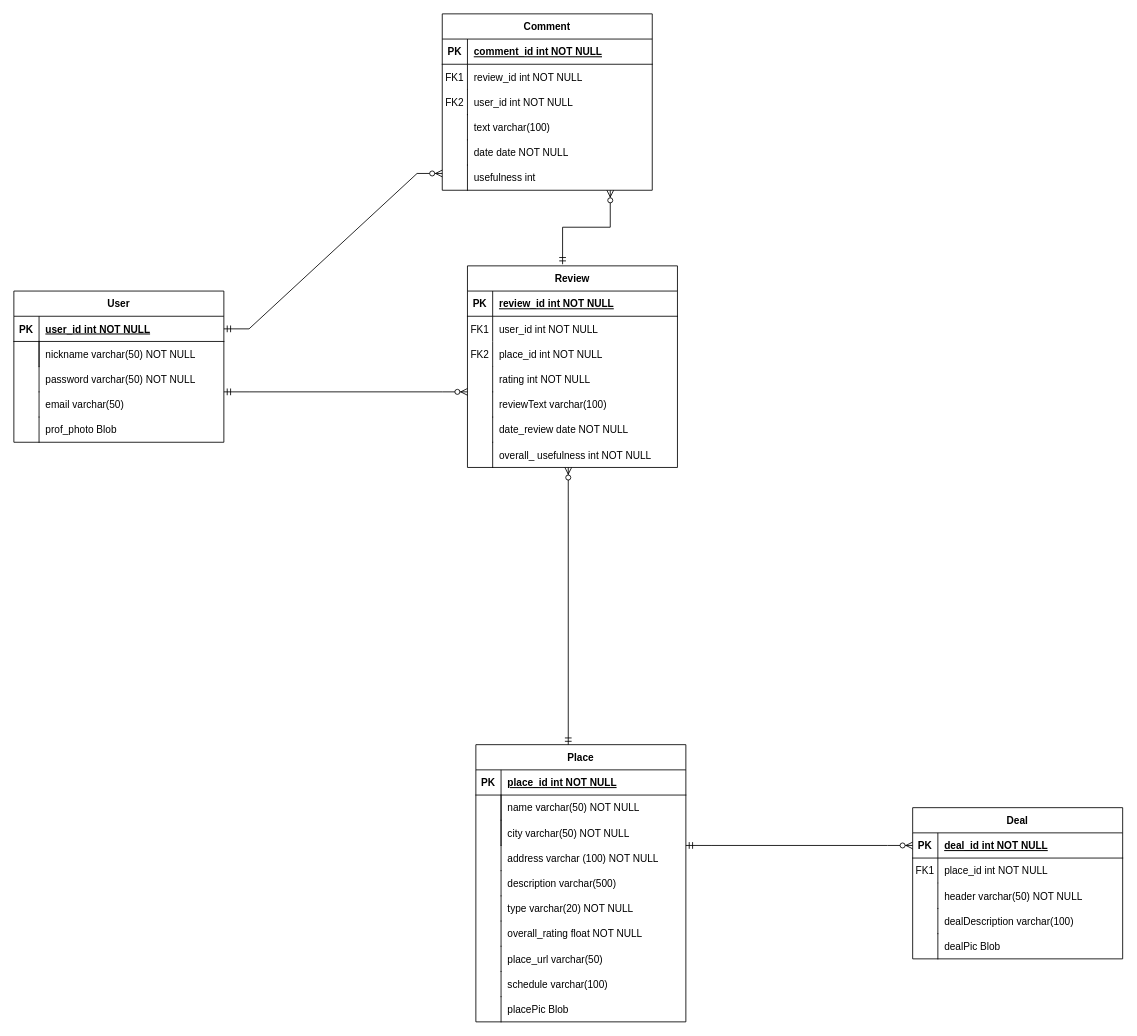
This is Documents/Entidades.drawio from GonzaloLGI/Furry-Advisor, a draw.io file, before an edit. Source tidied: cells renumbered, new cells numbered last; positions are measured from the earlier drawing's top-left corner, leaving out a move shared by most shapes. Both pictures are drawn from the tidied source at 84%, with x=0, y=0 at pixel (13, 13).
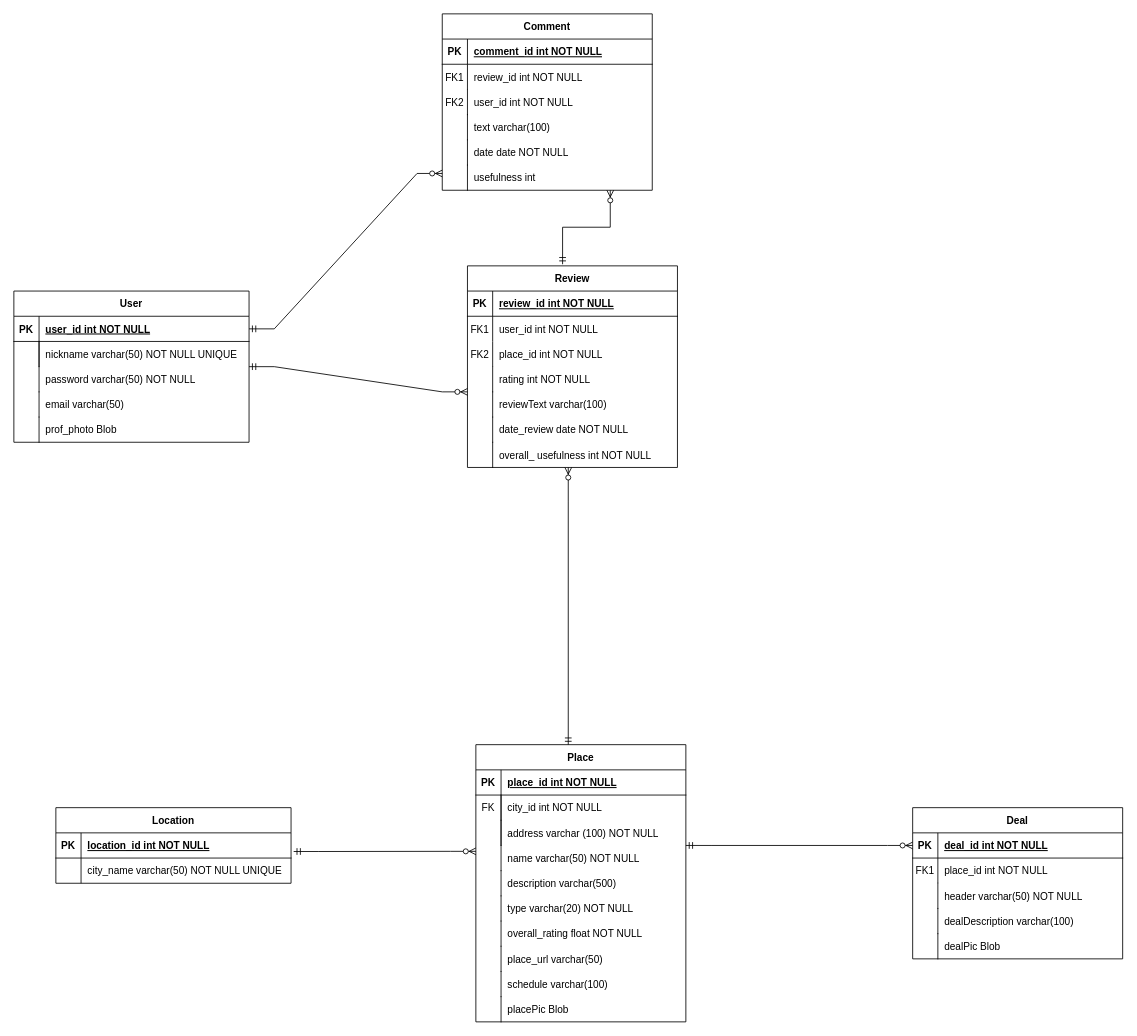
The same diagram, later.

The change refers to these unchanged cells:
```xml
<mxCell id="2" value="Place" style="shape=table;startSize=30;childLayout=tableLayout;rowLines=0;fontStyle=1;align=center;" parent="1" vertex="1">
  <mxGeometry x="550" y="870" width="250" height="330" as="geometry" />
</mxCell>
```

The edit, as a diff of the source:
```diff
@@
+    <mxCell id="9" style="shape=partialRectangle;fillColor=none;top=0;left=0;right=0;bottom=0;" parent="2" vertex="1">
+      <mxGeometry y="60" width="250" height="30" as="geometry" />
+    </mxCell>
+    <mxCell id="10" value="FK" style="shape=partialRectangle;overflow=hidden;fillColor=none;top=0;left=0;bottom=0;right=0;" parent="9" vertex="1">
+      <mxGeometry width="30" height="30" as="geometry" />
+    </mxCell>
+    <mxCell id="11" style="shape=partialRectangle;overflow=hidden;fillColor=none;top=0;left=0;bottom=0;right=0;align=left;spacingLeft=6;" parent="9" vertex="1">
+      <mxGeometry x="30" width="220" height="30" as="geometry" />
+    </mxCell>
     <mxCell id="6" style="shape=partialRectangle;fillColor=none;top=0;left=0;right=0;bottom=0;" parent="2" vertex="1">
-      <mxGeometry y="60" width="250" height="30" as="geometry" />
+      <mxGeometry y="90" width="250" height="30" as="geometry" />
     </mxCell>
@@
-    <mxCell id="9" style="shape=partialRectangle;fillColor=none;top=0;left=0;right=0;bottom=0;" parent="2" vertex="1">
-      <mxGeometry y="90" width="250" height="30" as="geometry" />
-    </mxCell>
-    <mxCell id="10" style="shape=partialRectangle;overflow=hidden;fillColor=none;top=0;left=0;bottom=0;right=0;" parent="9" vertex="1">
-      <mxGeometry width="30" height="30" as="geometry" />
-    </mxCell>
-    <mxCell id="11" style="shape=partialRectangle;overflow=hidden;fillColor=none;top=0;left=0;bottom=0;right=0;align=left;spacingLeft=6;" parent="9" vertex="1">
-      <mxGeometry x="30" width="220" height="30" as="geometry" />
-    </mxCell>
@@
     <mxCell id="22" value="User" style="shape=table;startSize=30;childLayout=tableLayout;rowLines=0;fontStyle=1;align=center;" parent="1" vertex="1">
-      <mxGeometry y="330" width="250" height="180" as="geometry" />
+      <mxGeometry y="330" width="280" height="180" as="geometry" />
     </mxCell>
     <mxCell id="23" style="shape=partialRectangle;fillColor=none;points=[[0,0.5],[1,0.5]];portConstraint=eastwest;top=0;left=0;right=0;bottom=1;" parent="22" vertex="1">
-      <mxGeometry y="30" width="250" height="30" as="geometry" />
+      <mxGeometry y="30" width="280" height="30" as="geometry" />
     </mxCell>
@@
     <mxCell id="25" value="user_id int NOT NULL" style="shape=partialRectangle;overflow=hidden;fillColor=none;top=0;left=0;bottom=0;right=0;align=left;spacingLeft=6;fontStyle=5;" parent="23" vertex="1">
-      <mxGeometry x="30" width="220" height="30" as="geometry" />
+      <mxGeometry x="30" width="250" height="30" as="geometry" />
     </mxCell>
     <mxCell id="26" style="shape=partialRectangle;fillColor=none;top=0;left=0;right=0;bottom=0;" parent="22" vertex="1">
-      <mxGeometry y="60" width="250" height="30" as="geometry" />
+      <mxGeometry y="60" width="280" height="30" as="geometry" />
     </mxCell>
@@
     <mxCell id="28" style="shape=partialRectangle;overflow=hidden;fillColor=none;top=0;left=0;bottom=0;right=0;align=left;spacingLeft=6;" parent="26" vertex="1">
-      <mxGeometry x="30" width="220" height="30" as="geometry" />
+      <mxGeometry x="30" width="250" height="30" as="geometry" />
     </mxCell>
@@
-    <mxCell id="30" value="nickname varchar(50) NOT NULL" style="shape=partialRectangle;overflow=hidden;fillColor=none;top=0;left=1;bottom=0;right=0;align=left;spacingLeft=6;strokeColor=#000000;" parent="1" vertex="1">
-      <mxGeometry x="30" y="390" width="220" height="30" as="geometry" />
+    <mxCell id="30" value="nickname varchar(50) NOT NULL UNIQUE" style="shape=partialRectangle;overflow=hidden;fillColor=none;top=0;left=1;bottom=0;right=0;align=left;spacingLeft=6;strokeColor=#000000;" parent="1" vertex="1">
+      <mxGeometry x="30" y="390" width="250" height="30" as="geometry" />
     </mxCell>
@@
     <mxCell id="36" value="name varchar(50) NOT NULL" style="shape=partialRectangle;overflow=hidden;fillColor=none;top=0;left=1;bottom=0;right=0;align=left;spacingLeft=6;" parent="1" vertex="1">
-      <mxGeometry x="580" y="930" width="220" height="30" as="geometry" />
+      <mxGeometry x="580" y="990" width="220" height="30" as="geometry" />
     </mxCell>
     <mxCell id="37" value="address varchar (100) NOT NULL" style="shape=partialRectangle;overflow=hidden;fillColor=none;top=0;left=1;bottom=0;right=0;align=left;spacingLeft=6;" parent="1" vertex="1">
-      <mxGeometry x="580" y="990" width="220" height="30" as="geometry" />
+      <mxGeometry x="580" y="960" width="220" height="30" as="geometry" />
     </mxCell>
@@
-    <mxCell id="67" style="edgeStyle=entityRelationEdgeStyle;fontSize=12;html=1;endArrow=ERzeroToMany;startArrow=ERmandOne;rounded=0;" parent="1" edge="1">
+    <mxCell id="67" style="edgeStyle=entityRelationEdgeStyle;fontSize=12;html=1;endArrow=ERzeroToMany;startArrow=ERmandOne;rounded=0;exitX=1;exitY=0.5;exitDx=0;exitDy=0;" parent="1" edge="1" source="22">
       <mxGeometry relative="1" as="geometry">
-        <mxPoint x="250" y="450" as="sourcePoint" />
         <mxPoint x="540" y="450" as="targetPoint" />
       </mxGeometry>
     </mxCell>
@@
-    <mxCell id="72" value="city varchar(50) NOT NULL" style="shape=partialRectangle;overflow=hidden;fillColor=none;top=0;left=1;bottom=0;right=0;align=left;spacingLeft=6;" parent="1" vertex="1">
-      <mxGeometry x="580" y="960" width="220" height="30" as="geometry" />
+    <mxCell id="72" value="city_id int NOT NULL" style="shape=partialRectangle;overflow=hidden;fillColor=none;top=0;left=1;bottom=0;right=0;align=left;spacingLeft=6;" parent="1" vertex="1">
+      <mxGeometry x="580" y="930" width="220" height="30" as="geometry" />
     </mxCell>
@@
+    <mxCell id="74" value="Location" style="shape=table;startSize=30;childLayout=tableLayout;rowLines=0;fontStyle=1;align=center;" parent="1" vertex="1">
+      <mxGeometry x="50" y="945" width="280" height="90" as="geometry" />
+    </mxCell>
+    <mxCell id="75" style="shape=partialRectangle;fillColor=none;points=[[0,0.5],[1,0.5]];portConstraint=eastwest;top=0;left=0;right=0;bottom=1;" parent="74" vertex="1">
+      <mxGeometry y="30" width="280" height="30" as="geometry" />
+    </mxCell>
+    <mxCell id="76" value="PK" style="shape=partialRectangle;overflow=hidden;fillColor=none;top=0;left=0;bottom=0;right=0;fontStyle=1;" parent="75" vertex="1">
+      <mxGeometry width="30" height="30" as="geometry" />
+    </mxCell>
+    <mxCell id="77" value="location_id int NOT NULL" style="shape=partialRectangle;overflow=hidden;fillColor=none;top=0;left=0;bottom=0;right=0;align=left;spacingLeft=6;fontStyle=5;" parent="75" vertex="1">
+      <mxGeometry x="30" width="250" height="30" as="geometry" />
+    </mxCell>
+    <mxCell id="78" style="shape=partialRectangle;fillColor=none;top=0;left=0;right=0;bottom=0;" parent="74" vertex="1">
+      <mxGeometry y="60" width="280" height="30" as="geometry" />
+    </mxCell>
+    <mxCell id="79" style="shape=partialRectangle;overflow=hidden;fillColor=none;top=0;left=0;bottom=0;right=0;" parent="78" vertex="1">
+      <mxGeometry width="30" height="30" as="geometry" />
+    </mxCell>
+    <mxCell id="80" value="city_name varchar(50) NOT NULL UNIQUE" style="shape=partialRectangle;overflow=hidden;fillColor=none;top=0;left=0;bottom=0;right=0;align=left;spacingLeft=6;" parent="78" vertex="1">
+      <mxGeometry x="30" width="250" height="30" as="geometry" />
+    </mxCell>
+    <mxCell id="81" style="edgeStyle=entityRelationEdgeStyle;fontSize=12;html=1;endArrow=ERzeroToMany;startArrow=ERmandOne;rounded=0;elbow=vertical;exitX=1.011;exitY=0.74;exitDx=0;exitDy=0;exitPerimeter=0;" parent="1" edge="1" source="75">
+      <mxGeometry relative="1" as="geometry">
+        <mxPoint x="550" y="997" as="targetPoint" />
+      </mxGeometry>
+    </mxCell>
```
